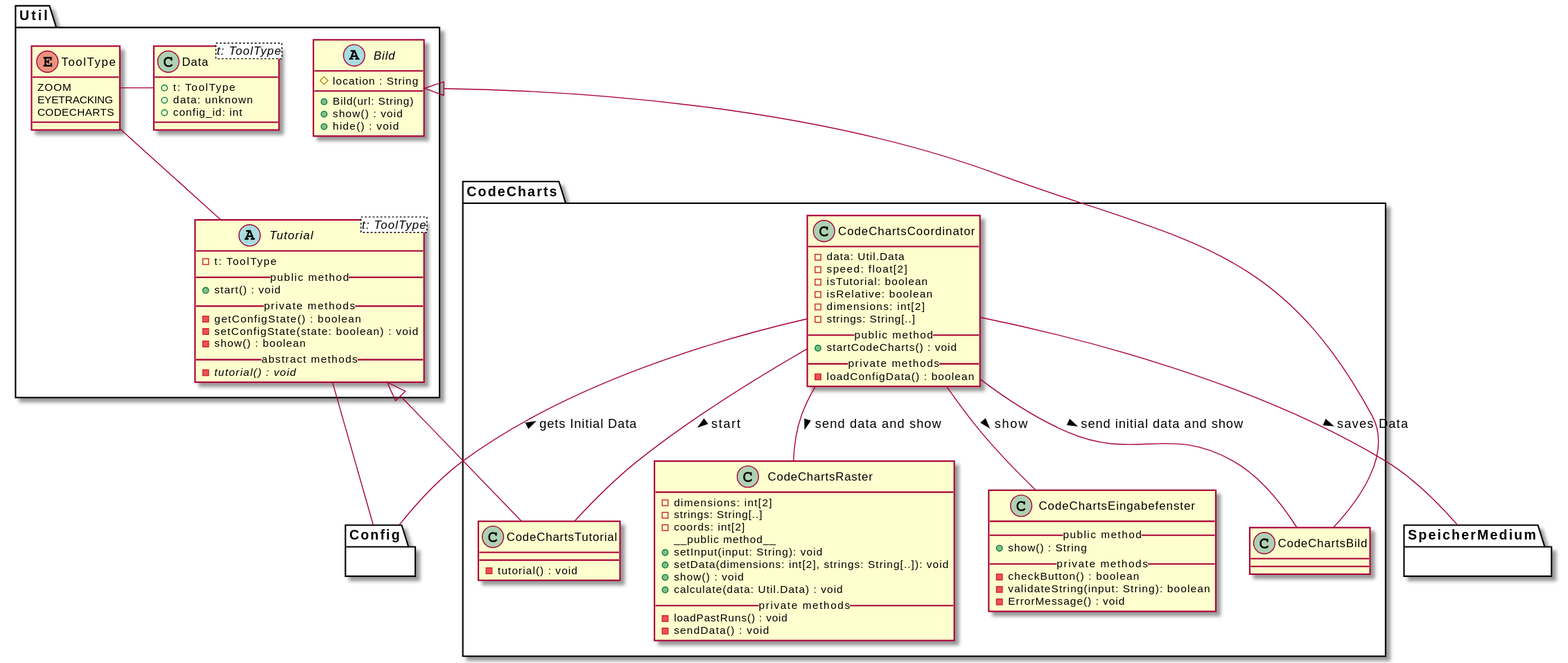
weichware10/meilensteine keeps this PlantUML diagram as meilenstein_03/uml-code_charts/code_charts.svg. Above is the earlier version. Source of this version:
```plantuml
@startuml
top to bottom direction

package Util {
    abstract Tutorial<t: ToolType> {
      - t: ToolType
      __public method__
      + start() : void
      __private methods__
      - getConfigState() : boolean
      - setConfigState(state: boolean) : void
      - show() : boolean
      __abstract methods__
      - {abstract} tutorial() : void
    }

    enum ToolType {
        ZOOM
        EYETRACKING
        CODECHARTS
    }

    Tutorial -u- ToolType
    Data -r- ToolType
    Tutorial -d- Config



    abstract Bild {
        # location : String
        + Bild(url: String)
        + show() : void
        + hide() : void
    }

    class Data<t: ToolType> {
        + t: ToolType
        + data: unknown
        + config_id: int
    }
}

package CodeCharts {

    class CodeChartsTutorial {
      - tutorial() : void
    }

    class CodeChartsCoordinator {
        - data: Util.Data
        - speed: float[2]
        - isTutorial: boolean
        - isRelative: boolean
        - dimensions: int[2]
        - strings: String[..]
        __public method__
        + startCodeCharts() : void
        __private methods__
        - loadConfigData() : boolean
    }

    class CodeChartsBild {
    }

    class CodeChartsRaster {
        - dimensions: int[2]
        - strings: String[..]
        - coords: int[2]
        __public method__
        + setInput(input: String): void
        + setData(dimensions: int[2], strings: String[..]): void
        + show() : void
        + calculate(data: Util.Data) : void
        __private methods__
        - loadPastRuns() : void
        - sendData() : void
    }

    class CodeChartsEingabefenster {
        __public method__
        + show() : String
        __private methods__
        - checkButton() : boolean
        - validateString(input: String): boolean
        - ErrorMessage() : void
    }

    Bild <|-d- CodeChartsBild
    Tutorial <|-d- CodeChartsTutorial

    CodeChartsCoordinator -- CodeChartsBild : > send initial data and show
    CodeChartsCoordinator -- CodeChartsRaster : > send data and show
    CodeChartsCoordinator -- CodeChartsEingabefenster : > show
    CodeChartsCoordinator -- CodeChartsTutorial : > start

    CodeChartsCoordinator -- SpeicherMedium : > saves Data
    CodeChartsCoordinator -- Config : < gets Initial Data

}

package Config {}

package SpeicherMedium {}
@enduml
```
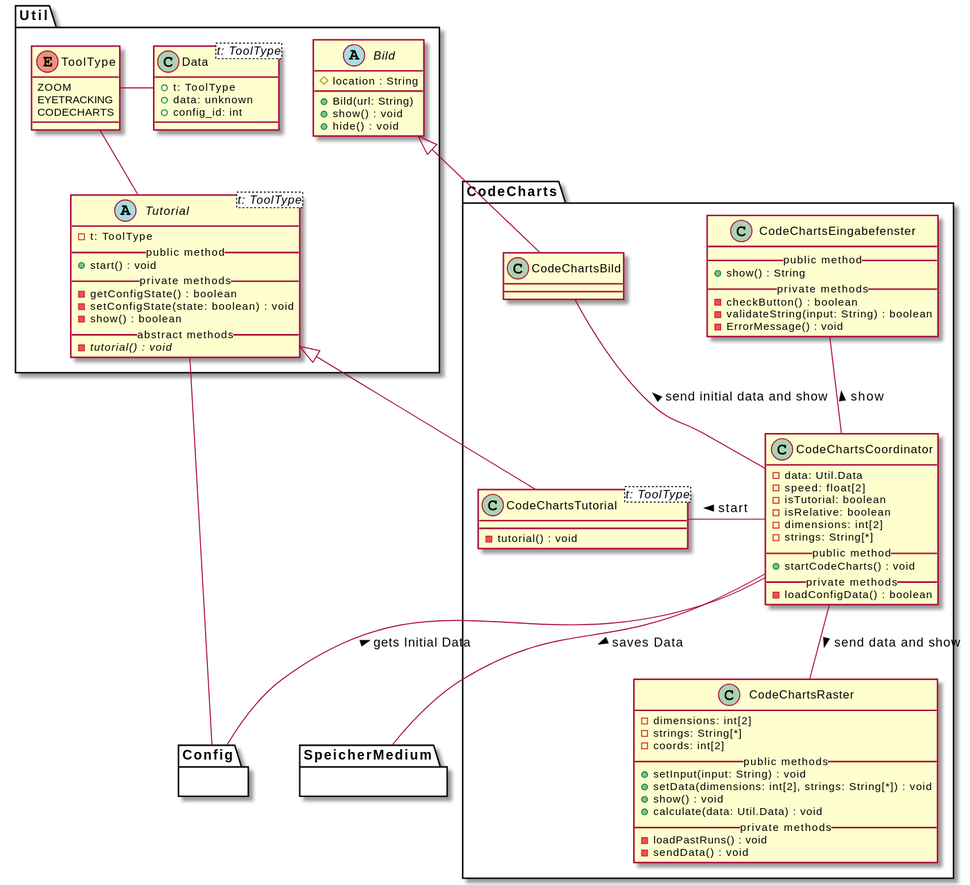
The same diagram one commit later.

Commit message:
Render PlantUML SVGs

The edit, as a diff of the source:
```diff
@@ -3,15 +3,15 @@
 
 package Util {
     abstract Tutorial<t: ToolType> {
-      - t: ToolType
-      __public method__
-      + start() : void
-      __private methods__
-      - getConfigState() : boolean
-      - setConfigState(state: boolean) : void
-      - show() : boolean
-      __abstract methods__
-      - {abstract} tutorial() : void
+        - t: ToolType
+        __public method__
+        + start() : void
+        __private methods__
+        - getConfigState() : boolean
+        - setConfigState(state: boolean) : void
+        - show() : boolean
+        __abstract methods__
+        - {abstract} tutorial() : void
     }
 
     enum ToolType {
@@ -42,8 +42,8 @@
 
 package CodeCharts {
 
-    class CodeChartsTutorial {
-      - tutorial() : void
+    class CodeChartsTutorial<t: ToolType> {
+        - tutorial() : void
     }
 
     class CodeChartsCoordinator {
@@ -52,23 +52,22 @@
         - isTutorial: boolean
         - isRelative: boolean
         - dimensions: int[2]
-        - strings: String[..]
+        - strings: String[*]
         __public method__
         + startCodeCharts() : void
         __private methods__
         - loadConfigData() : boolean
     }
 
-    class CodeChartsBild {
-    }
+    class CodeChartsBild
 
     class CodeChartsRaster {
         - dimensions: int[2]
-        - strings: String[..]
+        - strings: String[*]
         - coords: int[2]
-        __public method__
-        + setInput(input: String): void
-        + setData(dimensions: int[2], strings: String[..]): void
+        __public methods__
+        + setInput(input: String) : void
+        + setData(dimensions: int[2], strings: String[*]) : void
         + show() : void
         + calculate(data: Util.Data) : void
         __private methods__
@@ -81,19 +80,21 @@
         + show() : String
         __private methods__
         - checkButton() : boolean
-        - validateString(input: String): boolean
+        - validateString(input: String) : boolean
         - ErrorMessage() : void
     }
 
-    Bild <|-d- CodeChartsBild
-    Tutorial <|-d- CodeChartsTutorial
+    Bild <|-- CodeChartsBild
+    Tutorial <|-- CodeChartsTutorial
 
-    CodeChartsCoordinator -- CodeChartsBild : > send initial data and show
-    CodeChartsCoordinator -- CodeChartsRaster : > send data and show
-    CodeChartsCoordinator -- CodeChartsEingabefenster : > show
-    CodeChartsCoordinator -- CodeChartsTutorial : > start
+    CodeChartsCoordinator -u- CodeChartsBild : > send initial data and show
+    CodeChartsCoordinator -d- CodeChartsRaster : > send data and show
+    CodeChartsCoordinator -u- CodeChartsEingabefenster : > show
+    CodeChartsCoordinator -r- CodeChartsTutorial : > start
 
-    CodeChartsCoordinator -- SpeicherMedium : > saves Data
+
+
+    CodeChartsCoordinator -d- SpeicherMedium : > saves Data
     CodeChartsCoordinator -- Config : < gets Initial Data
 
 }
```
